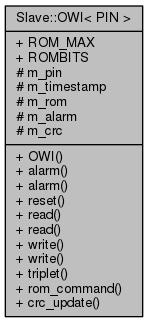
The Graphviz diagram Arduino-OWI/d9/de1/classSlave_1_1OWI__coll__graph.png in mikaelpatel/mikaelpatel.github.io, before a commit. Its source is kept beside it as Arduino-OWI/d9/de1/classSlave_1_1OWI__coll__graph.dot.
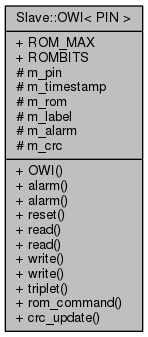
Later version of the same file.

What changed in the source:
```diff
@@ -2,5 +2,5 @@
 {
   edge [fontname="Helvetica",fontsize="10",labelfontname="Helvetica",labelfontsize="10"];
   node [fontname="Helvetica",fontsize="10",shape=record];
-  Node1 [label="{Slave::OWI\< PIN \>\n|+ ROM_MAX\l+ ROMBITS\l# m_pin\l# m_timestamp\l# m_rom\l# m_alarm\l# m_crc\l|+ OWI()\l+ alarm()\l+ alarm()\l+ reset()\l+ read()\l+ read()\l+ write()\l+ write()\l+ triplet()\l+ rom_command()\l+ crc_update()\l}",height=0.2,width=0.4,color="black", fillcolor="grey75", style="filled", fontcolor="black"];
+  Node1 [label="{Slave::OWI\< PIN \>\n|+ ROM_MAX\l+ ROMBITS\l# m_pin\l# m_timestamp\l# m_rom\l# m_label\l# m_alarm\l# m_crc\l|+ OWI()\l+ alarm()\l+ alarm()\l+ reset()\l+ read()\l+ read()\l+ write()\l+ write()\l+ triplet()\l+ rom_command()\l+ crc_update()\l}",height=0.2,width=0.4,color="black", fillcolor="grey75", style="filled", fontcolor="black"];
 }
```
